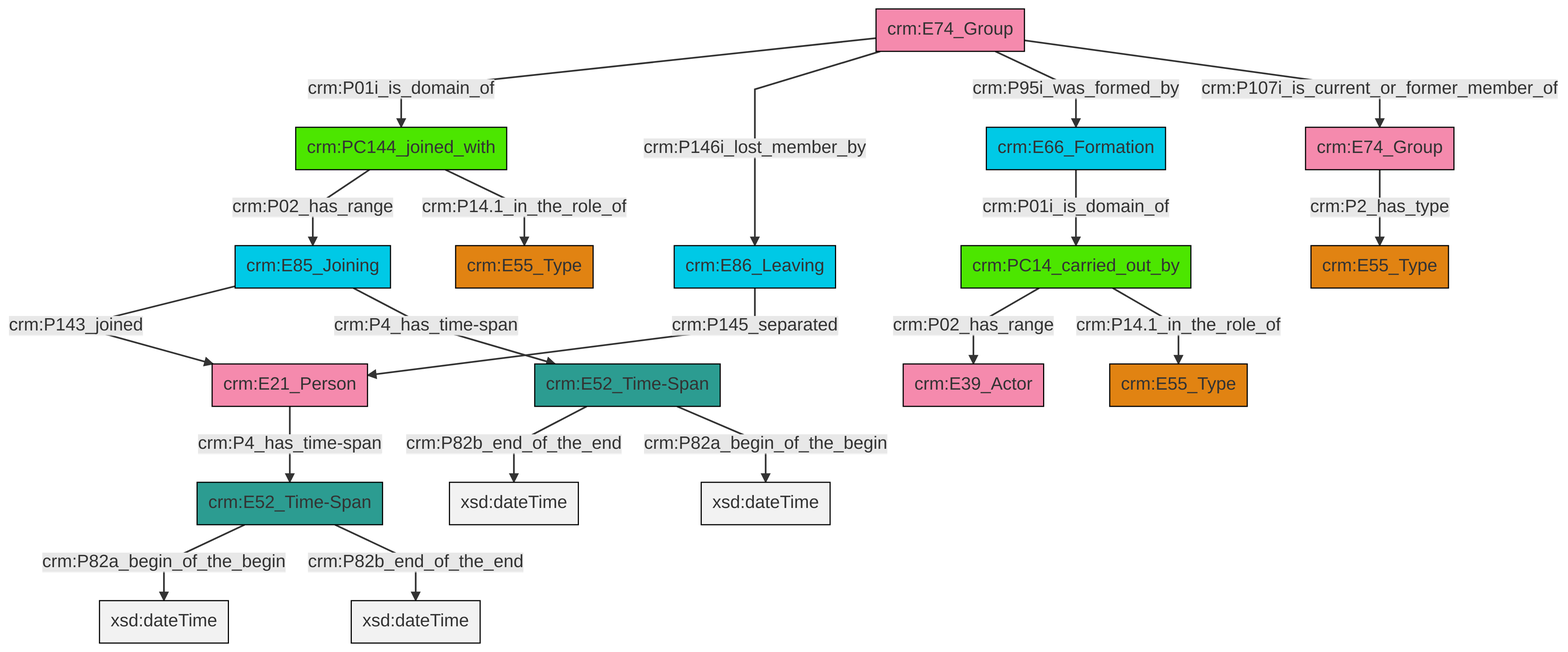
This is et/groupCSV/ttl/mmd/png/group_actor_relations.png from swiss-art-research-net/reference-data-models, a Mermaid export, as it was before one commit. Its source is kept beside it as et/groupCSV/ttl/mmd/group_actor_relations.ttl.mmd.
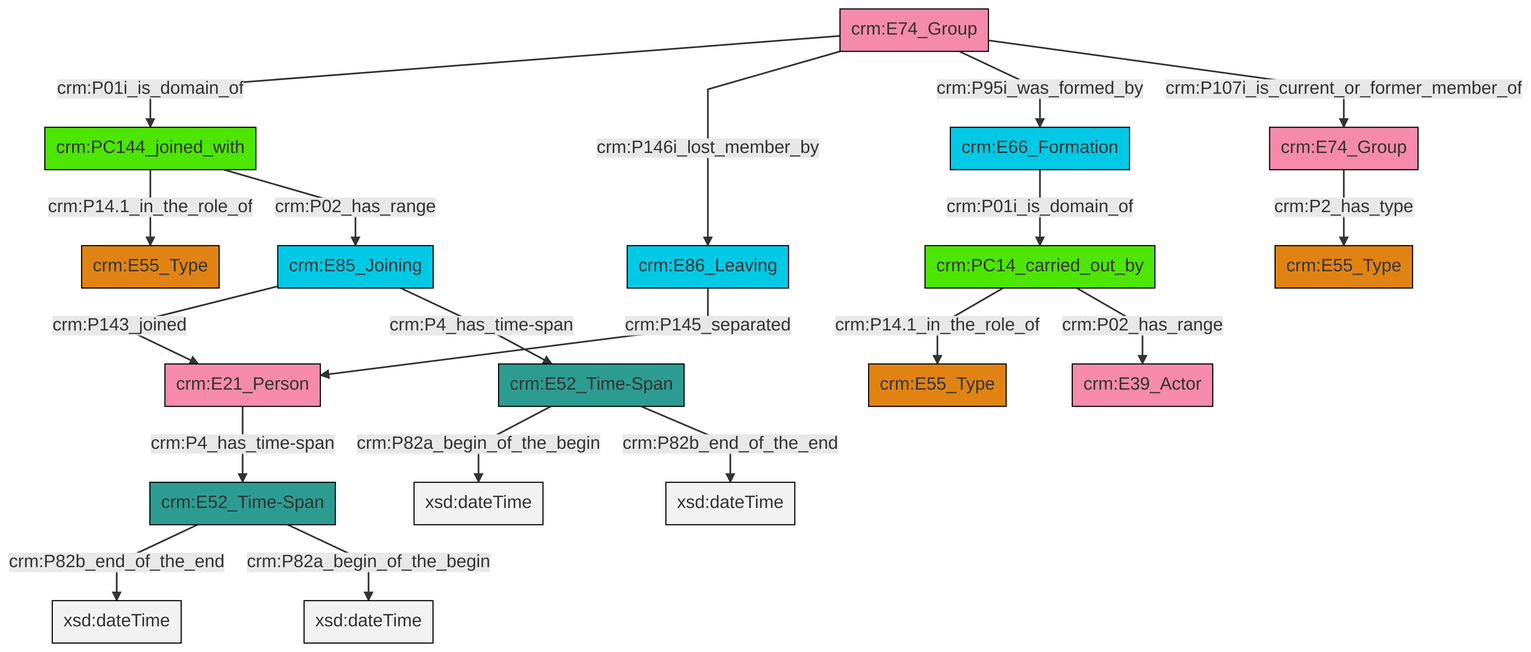
After the commit.

Change to the diagram source:
```diff
@@ -13,21 +13,21 @@
 classDef PC_Classes fill:#4ce600, stroke:#000000;
 classDef Multi fill:#cccccc,stroke:#000000;
 
-4["crm:E85_Joining"]:::Temporal_Entity -->|crm:P143_joined| 2["crm:E21_Person"]:::Actor
-5["crm:E86_Leaving"]:::Temporal_Entity -->|crm:P145_separated| 2["crm:E21_Person"]:::Actor
-8["crm:E74_Group"]:::Actor -->|crm:P2_has_type| 6["crm:E55_Type"]:::Type
-10["crm:E74_Group"]:::Actor -->|crm:P01i_is_domain_of| 11["crm:PC144_joined_with"]:::PC_Classes
-13["crm:PC14_carried_out_by"]:::PC_Classes -->|crm:P02_has_range| 14["crm:E39_Actor"]:::Actor
-11["crm:PC144_joined_with"]:::PC_Classes -->|crm:P02_has_range| 4["crm:E85_Joining"]:::Temporal_Entity
-4["crm:E85_Joining"]:::Temporal_Entity -->|crm:P4_has_time-span| 17["crm:E52_Time-Span"]:::Time-Span
-19["crm:E66_Formation"]:::Temporal_Entity -->|crm:P01i_is_domain_of| 13["crm:PC14_carried_out_by"]:::PC_Classes
-13["crm:PC14_carried_out_by"]:::PC_Classes -->|crm:P14.1_in_the_role_of| 0["crm:E55_Type"]:::Type
-10["crm:E74_Group"]:::Actor -->|crm:P146i_lost_member_by| 5["crm:E86_Leaving"]:::Temporal_Entity
-22["crm:E52_Time-Span"]:::Time-Span -->|crm:P82a_begin_of_the_begin| 23[xsd:dateTime]:::Literal
-10["crm:E74_Group"]:::Actor -->|crm:P95i_was_formed_by| 19["crm:E66_Formation"]:::Temporal_Entity
-2["crm:E21_Person"]:::Actor -->|crm:P4_has_time-span| 22["crm:E52_Time-Span"]:::Time-Span
-10["crm:E74_Group"]:::Actor -->|crm:P107i_is_current_or_former_member_of| 8["crm:E74_Group"]:::Actor
-11["crm:PC144_joined_with"]:::PC_Classes -->|crm:P14.1_in_the_role_of| 25["crm:E55_Type"]:::Type
-17["crm:E52_Time-Span"]:::Time-Span -->|crm:P82b_end_of_the_end| 28[xsd:dateTime]:::Literal
-22["crm:E52_Time-Span"]:::Time-Span -->|crm:P82b_end_of_the_end| 32[xsd:dateTime]:::Literal
-17["crm:E52_Time-Span"]:::Time-Span -->|crm:P82a_begin_of_the_begin| 34[xsd:dateTime]:::Literal
+0["crm:E74_Group"]:::Actor -->|crm:P01i_is_domain_of| 1["crm:PC144_joined_with"]:::PC_Classes
+4["crm:E85_Joining"]:::Temporal_Entity -->|crm:P143_joined| 5["crm:E21_Person"]:::Actor
+7["crm:PC14_carried_out_by"]:::PC_Classes -->|crm:P14.1_in_the_role_of| 8["crm:E55_Type"]:::Type
+7["crm:PC14_carried_out_by"]:::PC_Classes -->|crm:P02_has_range| 10["crm:E39_Actor"]:::Actor
+11["crm:E52_Time-Span"]:::Time-Span -->|crm:P82a_begin_of_the_begin| 12[xsd:dateTime]:::Literal
+4["crm:E85_Joining"]:::Temporal_Entity -->|crm:P4_has_time-span| 11["crm:E52_Time-Span"]:::Time-Span
+1["crm:PC144_joined_with"]:::PC_Classes -->|crm:P14.1_in_the_role_of| 14["crm:E55_Type"]:::Type
+2["crm:E66_Formation"]:::Temporal_Entity -->|crm:P01i_is_domain_of| 7["crm:PC14_carried_out_by"]:::PC_Classes
+11["crm:E52_Time-Span"]:::Time-Span -->|crm:P82b_end_of_the_end| 18[xsd:dateTime]:::Literal
+16["crm:E52_Time-Span"]:::Time-Span -->|crm:P82b_end_of_the_end| 19[xsd:dateTime]:::Literal
+20["crm:E74_Group"]:::Actor -->|crm:P2_has_type| 21["crm:E55_Type"]:::Type
+24["crm:E86_Leaving"]:::Temporal_Entity -->|crm:P145_separated| 5["crm:E21_Person"]:::Actor
+0["crm:E74_Group"]:::Actor -->|crm:P146i_lost_member_by| 24["crm:E86_Leaving"]:::Temporal_Entity
+16["crm:E52_Time-Span"]:::Time-Span -->|crm:P82a_begin_of_the_begin| 26[xsd:dateTime]:::Literal
+0["crm:E74_Group"]:::Actor -->|crm:P95i_was_formed_by| 2["crm:E66_Formation"]:::Temporal_Entity
+0["crm:E74_Group"]:::Actor -->|crm:P107i_is_current_or_former_member_of| 20["crm:E74_Group"]:::Actor
+5["crm:E21_Person"]:::Actor -->|crm:P4_has_time-span| 16["crm:E52_Time-Span"]:::Time-Span
+1["crm:PC144_joined_with"]:::PC_Classes -->|crm:P02_has_range| 4["crm:E85_Joining"]:::Temporal_Entity
```
